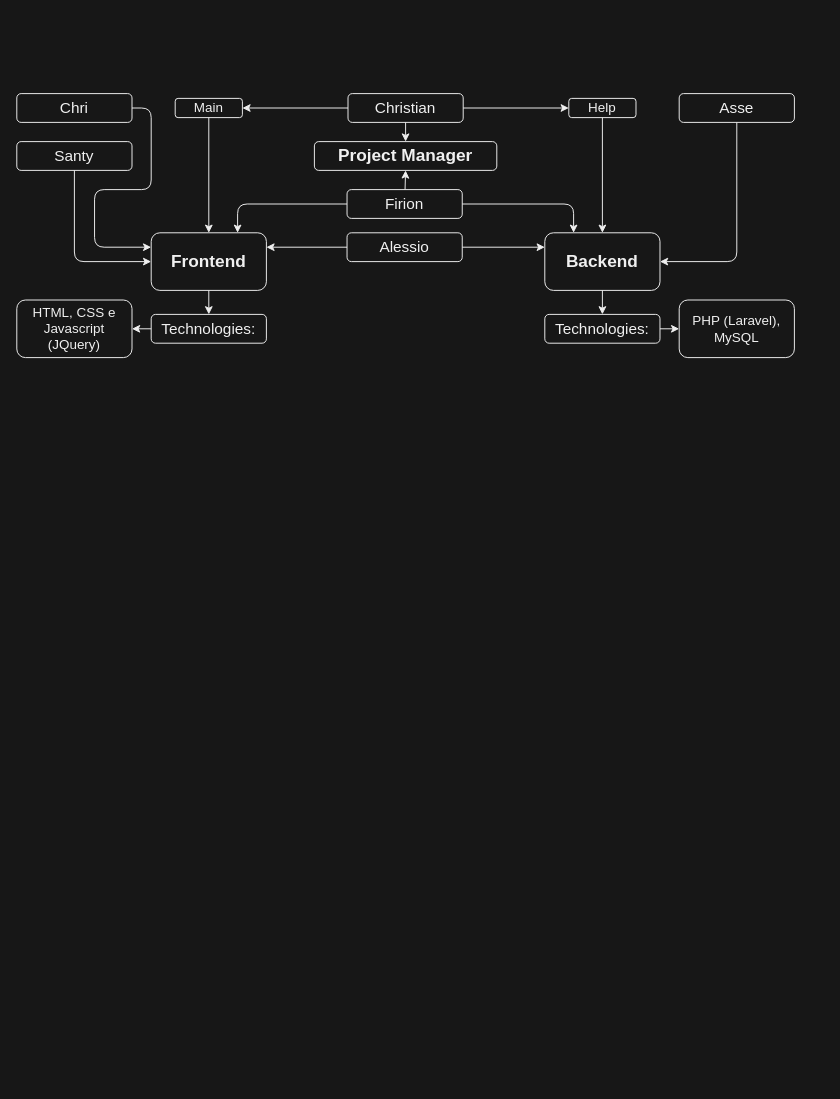
This is diagramma.drawio from Christian677/STUDIOAVVOCATI-WEB, a draw.io file, before an edit. Source tidied: cells renumbered, new cells numbered last; positions are measured from the earlier drawing's top-left corner, leaving out a move shared by most shapes. Both pictures are drawn from the tidied source at 96%, with x=0, y=0 at pixel (16, 93).
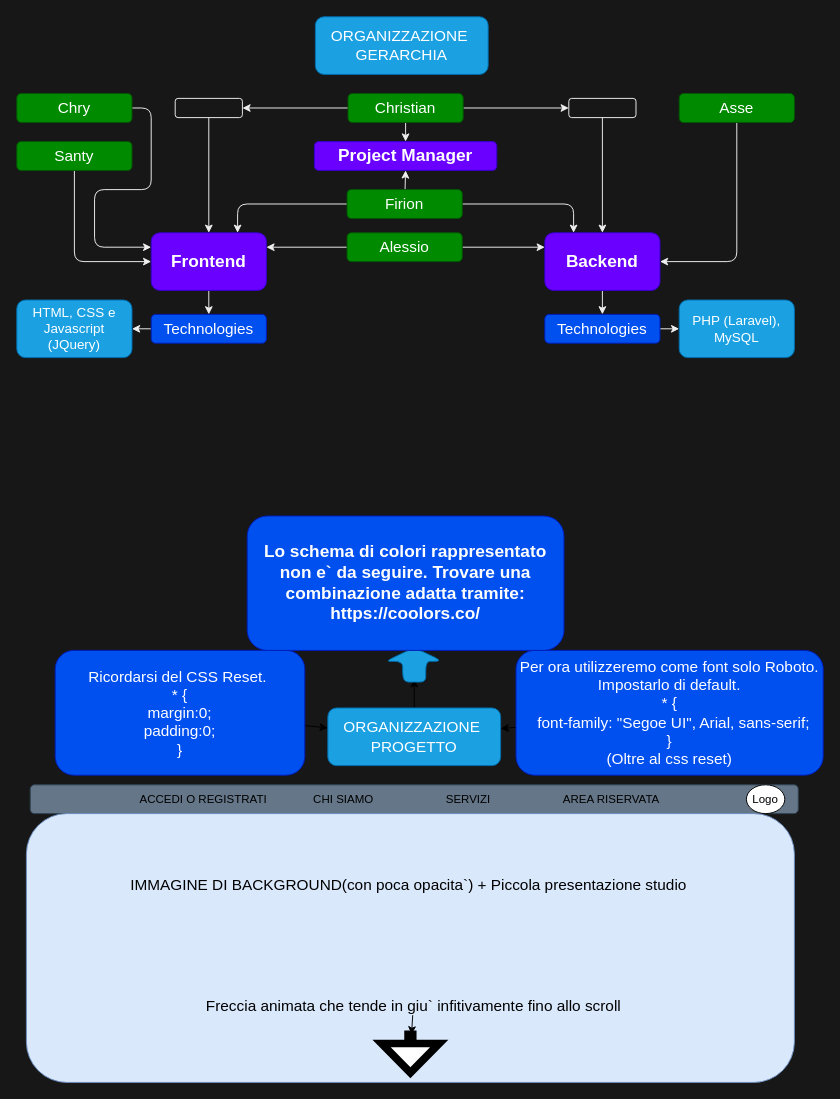
After the change.

Commit message:
Modifica diagramma

Diff of the diagram source:
```diff
@@
-    <mxCell id="2" style="edgeStyle=none;html=1;entryX=0.5;entryY=0;entryDx=0;entryDy=0;fontSize=16;labelBorderColor=none;labelBackgroundColor=none;fillColor=none;fontColor=#F0F0F0;strokeColor=#F0F0F0;" parent="1" edge="1" source="3" target="12">
-      <mxGeometry relative="1" as="geometry" />
-    </mxCell>
+    <mxCell id="35" style="edgeStyle=none;html=1;fontSize=16;fontColor=#000000;" parent="1" edge="1" source="36">
+      <mxGeometry relative="1" as="geometry">
+        <mxPoint x="414" y="610" as="targetPoint" />
+      </mxGeometry>
+    </mxCell>
+    <mxCell id="36" value="ORGANIZZAZIONE&amp;nbsp;&lt;br&gt;PROGETTO" style="rounded=1;whiteSpace=wrap;html=1;fontSize=16;labelBorderColor=none;labelBackgroundColor=none;fillColor=#1ba1e2;strokeColor=#006EAF;fontColor=#ffffff;" parent="1" vertex="1">
+      <mxGeometry x="324" y="640" width="180" height="60" as="geometry" />
+    </mxCell>
+    <mxCell id="37" value="&amp;nbsp; &amp;nbsp; &amp;nbsp; &amp;nbsp; &amp;nbsp; &amp;nbsp; &amp;nbsp; &amp;nbsp; &amp;nbsp; &amp;nbsp; &amp;nbsp; &amp;nbsp; &amp;nbsp; &amp;nbsp; &amp;nbsp; &amp;nbsp; &amp;nbsp; &amp;nbsp; &amp;nbsp; &amp;nbsp; &amp;nbsp; &amp;nbsp; &amp;nbsp; &amp;nbsp; &amp;nbsp; &amp;nbsp; &amp;nbsp; &amp;nbsp; &amp;nbsp; &amp;nbsp; &amp;nbsp; &amp;nbsp; &amp;nbsp; &amp;nbsp; &amp;nbsp; &amp;nbsp; &amp;nbsp; &amp;nbsp; &amp;nbsp; &amp;nbsp; &amp;nbsp; &amp;nbsp; &amp;nbsp; &amp;nbsp; &amp;nbsp; &amp;nbsp; &amp;nbsp; &amp;nbsp; &amp;nbsp; &amp;nbsp; &amp;nbsp; &amp;nbsp; &amp;nbsp; &amp;nbsp; &amp;nbsp; &amp;nbsp; &amp;nbsp; &amp;nbsp; &amp;nbsp; &amp;nbsp; &amp;nbsp; &amp;nbsp; &amp;nbsp; &amp;nbsp; &amp;nbsp; &amp;nbsp; &amp;nbsp; &amp;nbsp; &amp;nbsp; &amp;nbsp; &amp;nbsp; &amp;nbsp; &amp;nbsp; &amp;nbsp; &amp;nbsp; &amp;nbsp; &amp;nbsp; &amp;nbsp; &amp;nbsp; &amp;nbsp; &amp;nbsp; &amp;nbsp; &amp;nbsp; &amp;nbsp; &amp;nbsp; &amp;nbsp; &amp;nbsp; &amp;nbsp; &lt;br&gt;&amp;nbsp; &amp;nbsp; &amp;nbsp; &amp;nbsp; &amp;nbsp; &amp;nbsp; &amp;nbsp; &amp;nbsp; &amp;nbsp; &amp;nbsp; &amp;nbsp; &amp;nbsp; &amp;nbsp; &amp;nbsp; &amp;nbsp; &amp;nbsp; &amp;nbsp; &amp;nbsp; &amp;nbsp; &amp;nbsp; &amp;nbsp; &amp;nbsp; &amp;nbsp; &amp;nbsp; &amp;nbsp; &amp;nbsp; &amp;nbsp; &amp;nbsp; &amp;nbsp; &amp;nbsp; &amp;nbsp; &amp;nbsp; &amp;nbsp; &amp;nbsp; &amp;nbsp; &amp;nbsp; &amp;nbsp; &amp;nbsp; &amp;nbsp; &amp;nbsp; &amp;nbsp; &amp;nbsp; &amp;nbsp; &amp;nbsp; &amp;nbsp; &amp;nbsp; &amp;nbsp; &amp;nbsp; &amp;nbsp; &amp;nbsp; &amp;nbsp; &amp;nbsp; &amp;nbsp; &amp;nbsp; &amp;nbsp; &amp;nbsp; &amp;nbsp; &amp;nbsp; &amp;nbsp; &amp;nbsp; &amp;nbsp;&amp;nbsp;&lt;br&gt;&amp;nbsp; &amp;nbsp; &amp;nbsp; &amp;nbsp; &amp;nbsp; &amp;nbsp; &amp;nbsp; &amp;nbsp; &amp;nbsp; &amp;nbsp; &amp;nbsp; &amp;nbsp; &amp;nbsp; &amp;nbsp; &amp;nbsp; &amp;nbsp; &amp;nbsp; &amp;nbsp; &amp;nbsp; &amp;nbsp; &amp;nbsp; &amp;nbsp; &amp;nbsp; &amp;nbsp; &amp;nbsp; &amp;nbsp; &amp;nbsp; &amp;nbsp; &amp;nbsp; &amp;nbsp; &amp;nbsp; &amp;nbsp; &amp;nbsp; &amp;nbsp; &amp;nbsp; &amp;nbsp; &amp;nbsp; &amp;nbsp; &amp;nbsp; &amp;nbsp; &amp;nbsp; &amp;nbsp; &amp;nbsp; &amp;nbsp; &amp;nbsp; &amp;nbsp; &amp;nbsp; &amp;nbsp; &amp;nbsp; &amp;nbsp; &amp;nbsp; &amp;nbsp; &amp;nbsp; &amp;nbsp; &amp;nbsp; &amp;nbsp; &amp;nbsp; &amp;nbsp; &lt;br&gt;&amp;nbsp; &amp;nbsp; &amp;nbsp; &amp;nbsp; &amp;nbsp; &amp;nbsp; &amp;nbsp; &amp;nbsp; &amp;nbsp; &amp;nbsp; &amp;nbsp; &amp;nbsp; &amp;nbsp; &amp;nbsp; &amp;nbsp; &amp;nbsp; &amp;nbsp; &amp;nbsp; &amp;nbsp; &amp;nbsp; &amp;nbsp; &amp;nbsp; &amp;nbsp; &amp;nbsp; &amp;nbsp; &amp;nbsp; &amp;nbsp; &amp;nbsp; &amp;nbsp; &amp;nbsp; &amp;nbsp; &amp;nbsp; &amp;nbsp; &amp;nbsp; &amp;nbsp; &amp;nbsp; &amp;nbsp; &amp;nbsp; &amp;nbsp; &amp;nbsp; &amp;nbsp; &amp;nbsp; &amp;nbsp; &amp;nbsp; &amp;nbsp; &amp;nbsp; &amp;nbsp; &amp;nbsp; &amp;nbsp; &amp;nbsp; &amp;nbsp; &amp;nbsp; &amp;nbsp; &amp;nbsp; &amp;nbsp; &amp;nbsp; &amp;nbsp;&amp;nbsp;&lt;br&gt;&amp;nbsp; &amp;nbsp; &amp;nbsp; &amp;nbsp; &amp;nbsp; &amp;nbsp; &amp;nbsp; &amp;nbsp; &amp;nbsp; &amp;nbsp; &amp;nbsp; &amp;nbsp; &amp;nbsp; &amp;nbsp; &amp;nbsp; &amp;nbsp; &amp;nbsp; &amp;nbsp; &amp;nbsp; &amp;nbsp; &amp;nbsp; &amp;nbsp; &amp;nbsp; &amp;nbsp; &amp;nbsp; &amp;nbsp; &amp;nbsp;&lt;br&gt;&amp;nbsp; &amp;nbsp; &amp;nbsp; &amp;nbsp; &amp;nbsp; &amp;nbsp; &amp;nbsp; &amp;nbsp; &amp;nbsp; &amp;nbsp; &amp;nbsp; &amp;nbsp; &amp;nbsp; &amp;nbsp; &amp;nbsp; &amp;nbsp; &amp;nbsp; &amp;nbsp; &amp;nbsp; &amp;nbsp; &amp;nbsp; &amp;nbsp; &amp;nbsp; &amp;nbsp; &amp;nbsp; &amp;nbsp; &amp;nbsp; &amp;nbsp; &amp;nbsp; &amp;nbsp; &amp;nbsp; &amp;nbsp; &amp;nbsp; &amp;nbsp; &amp;nbsp; &amp;nbsp; &amp;nbsp; &amp;nbsp; &amp;nbsp; &amp;nbsp; &amp;nbsp; &amp;nbsp; &amp;nbsp; &amp;nbsp; &amp;nbsp; &amp;nbsp; &amp;nbsp; &amp;nbsp; &amp;nbsp; &amp;nbsp; &amp;nbsp; &amp;nbsp; &amp;nbsp; &amp;nbsp; &amp;nbsp; &amp;nbsp; &amp;nbsp; &amp;nbsp; &amp;nbsp; &amp;nbsp; &amp;nbsp; &amp;nbsp; &amp;nbsp; &amp;nbsp; &amp;nbsp; &amp;nbsp; &amp;nbsp; &amp;nbsp; &amp;nbsp; &amp;nbsp; &amp;nbsp; &amp;nbsp; &amp;nbsp; &amp;nbsp; &amp;nbsp;" style="rounded=1;whiteSpace=wrap;html=1;fontSize=16;labelBorderColor=none;labelBackgroundColor=none;fillColor=#647687;fontColor=#ffffff;strokeColor=#314354;" parent="1" vertex="1">
+      <mxGeometry x="14" y="720" width="800" height="30" as="geometry" />
+    </mxCell>
+    <mxCell id="38" value="Logo" style="ellipse;whiteSpace=wrap;html=1;" parent="1" vertex="1">
+      <mxGeometry x="760" y="720" width="40" height="30" as="geometry" />
+    </mxCell>
+    <mxCell id="39" value="AREA RISERVATA" style="text;html=1;align=center;verticalAlign=middle;fillColor=none;strokeColor=none;rounded=0;" parent="1" vertex="1">
+      <mxGeometry x="559" y="725" width="120" height="20" as="geometry" />
+    </mxCell>
+    <mxCell id="40" value="SERVIZI" style="text;html=1;align=center;verticalAlign=middle;fillColor=none;strokeColor=none;rounded=0;" parent="1" vertex="1">
+      <mxGeometry x="440" y="725" width="60" height="20" as="geometry" />
+    </mxCell>
+    <mxCell id="41" value="CHI SIAMO" style="text;html=1;align=center;verticalAlign=middle;fillColor=none;strokeColor=none;rounded=0;" parent="1" vertex="1">
+      <mxGeometry x="300" y="725" width="80" height="20" as="geometry" />
+    </mxCell>
+    <mxCell id="42" value="ACCEDI O REGISTRATI" style="text;html=1;align=center;verticalAlign=middle;fillColor=none;strokeColor=none;rounded=0;" parent="1" vertex="1">
+      <mxGeometry x="119" y="725" width="150" height="20" as="geometry" />
+    </mxCell>
+    <mxCell id="43" style="rounded=1;whiteSpace=wrap;html=1;fontSize=16;labelBorderColor=none;labelBackgroundColor=none;fillColor=#dae8fc;strokeColor=#6c8ebf;" parent="1" vertex="1">
+      <mxGeometry x="10" y="750" width="800" height="280" as="geometry" />
+    </mxCell>
+    <mxCell id="44" value="&lt;p style=&quot;line-height: 1.4&quot;&gt;&lt;font style=&quot;font-size: 16px&quot;&gt;IMMAGINE DI BACKGROUND(con poca opacita`) + Piccola presentazione studio&amp;nbsp;&lt;/font&gt;&lt;/p&gt;" style="text;html=1;align=center;verticalAlign=middle;fillColor=none;strokeColor=none;rounded=0;fontColor=#000000;perimeterSpacing=13;strokeWidth=8;" parent="1" vertex="1">
+      <mxGeometry x="110" y="800" width="600" height="50" as="geometry" />
+    </mxCell>
+    <mxCell id="45" style="edgeStyle=none;html=1;fontSize=16;fontColor=#000000;" parent="1" edge="1" source="46" target="51">
+      <mxGeometry relative="1" as="geometry" />
+    </mxCell>
+    <mxCell id="46" value="Freccia animata che tende in giu` infitivamente fino allo scroll" style="text;html=1;align=center;verticalAlign=middle;points=[];fillColor=none;strokeColor=none;rounded=0;fontSize=16;fontColor=#000000;" parent="1" vertex="1">
+      <mxGeometry x="188" y="940" width="450" height="20" as="geometry" />
+    </mxCell>
+    <mxCell id="47" style="edgeStyle=none;html=1;fontSize=16;fontColor=#000000;" parent="1" edge="1" source="48" target="36">
+      <mxGeometry relative="1" as="geometry" />
+    </mxCell>
+    <mxCell id="48" value="Per ora utilizzeremo come font solo Roboto. Impostarlo di default.&lt;br&gt;* {&lt;br&gt;&lt;div&gt;&amp;nbsp; font-family: &quot;Segoe UI&quot;, Arial, sans-serif;&lt;/div&gt;}&lt;br&gt;(Oltre al css reset)" style="rounded=1;whiteSpace=wrap;html=1;fontSize=16;labelBorderColor=none;labelBackgroundColor=none;fillColor=#0050ef;strokeColor=#001DBC;fontColor=#ffffff;" parent="1" vertex="1">
+      <mxGeometry x="520" y="580" width="320" height="130" as="geometry" />
+    </mxCell>
+    <mxCell id="49" style="edgeStyle=none;html=1;fontSize=16;fontColor=#000000;" parent="1" edge="1" source="50" target="36">
+      <mxGeometry relative="1" as="geometry" />
+    </mxCell>
+    <mxCell id="50" value="Ricordarsi del CSS Reset.&amp;nbsp;&lt;br&gt;* {&lt;br&gt;margin:0;&lt;br&gt;padding:0;&lt;br&gt;}" style="rounded=1;whiteSpace=wrap;html=1;fontSize=16;labelBorderColor=none;labelBackgroundColor=none;fillColor=#0050ef;strokeColor=#001DBC;fontColor=#ffffff;" parent="1" vertex="1">
+      <mxGeometry x="40" y="580" width="260" height="130" as="geometry" />
+    </mxCell>
+    <mxCell id="51" style="shape=singleArrow;whiteSpace=wrap;html=1;arrowWidth=0.079998779296875;arrowSize=0.7625003814697265;fontSize=16;fontColor=#000000;strokeWidth=8;gradientColor=none;rotation=90;" parent="1" vertex="1">
+      <mxGeometry x="390" y="970" width="40" height="60" as="geometry" />
+    </mxCell>
+    <mxCell id="52" style="shape=singleArrow;whiteSpace=wrap;html=1;arrowWidth=0.4;arrowSize=0.4;fontSize=16;fillColor=#1ba1e2;strokeColor=#006EAF;fontColor=#ffffff;rounded=1;labelBorderColor=none;labelBackgroundColor=none;rotation=-90;" parent="1" vertex="1">
+      <mxGeometry x="396" y="565" width="36" height="60" as="geometry" />
+    </mxCell>
+    <mxCell id="53" value="Lo schema di colori rappresentato non e` da seguire. Trovare una combinazione adatta tramite: https://coolors.co/" style="rounded=1;whiteSpace=wrap;html=1;fontStyle=1;fontSize=18;labelBorderColor=none;labelBackgroundColor=none;fillColor=#0050ef;strokeColor=#001DBC;fontColor=#ffffff;" parent="1" vertex="1">
+      <mxGeometry x="240" y="440" width="330" height="140" as="geometry" />
+    </mxCell>
+    <mxCell id="54" style="edgeStyle=none;html=1;entryX=0.5;entryY=0;entryDx=0;entryDy=0;fontSize=16;labelBorderColor=none;labelBackgroundColor=none;fillColor=none;fontColor=#F0F0F0;strokeColor=#F0F0F0;" parent="1" edge="1" source="3" target="59">
+      <mxGeometry relative="1" as="geometry" />
+    </mxCell>
-    <mxCell id="3" value="Backend" style="rounded=1;whiteSpace=wrap;html=1;fontStyle=1;fontSize=18;labelBorderColor=none;labelBackgroundColor=none;fillColor=none;strokeColor=#F0F0F0;fontColor=#F0F0F0;" parent="1" vertex="1">
+    <mxCell id="3" value="Backend" style="rounded=1;whiteSpace=wrap;html=1;fontStyle=1;fontSize=18;labelBorderColor=none;labelBackgroundColor=none;fillColor=#6a00ff;strokeColor=#3700CC;fontColor=#ffffff;" parent="1" vertex="1">
       <mxGeometry x="550" y="145" width="120" height="60" as="geometry" />
     </mxCell>
@@
-    <mxCell id="5" style="edgeStyle=none;html=1;fontSize=16;labelBorderColor=none;labelBackgroundColor=none;fillColor=none;fontColor=#F0F0F0;strokeColor=#F0F0F0;" parent="1" edge="1" source="6" target="10">
-      <mxGeometry relative="1" as="geometry" />
-    </mxCell>
+    <mxCell id="55" style="edgeStyle=none;html=1;fontSize=16;labelBorderColor=none;labelBackgroundColor=none;fillColor=none;fontColor=#F0F0F0;strokeColor=#F0F0F0;" parent="1" edge="1" source="6" target="57">
+      <mxGeometry relative="1" as="geometry" />
+    </mxCell>
-    <mxCell id="6" value="Frontend" style="rounded=1;whiteSpace=wrap;html=1;fontStyle=1;fontSize=18;labelBorderColor=none;labelBackgroundColor=none;fillColor=none;strokeColor=#F0F0F0;fontColor=#F0F0F0;" parent="1" vertex="1">
+    <mxCell id="6" value="Frontend" style="rounded=1;whiteSpace=wrap;html=1;fontStyle=1;fontSize=18;labelBorderColor=none;labelBackgroundColor=none;fillColor=#6a00ff;strokeColor=#3700CC;fontColor=#ffffff;" parent="1" vertex="1">
       <mxGeometry x="140" y="145" width="120" height="60" as="geometry" />
     </mxCell>
-    <mxCell id="7" value="HTML, CSS e Javascript (JQuery)" style="rounded=1;whiteSpace=wrap;html=1;fontSize=14;labelBorderColor=none;labelBackgroundColor=none;fillColor=none;strokeColor=#F0F0F0;fontColor=#F0F0F0;" parent="1" vertex="1">
+    <mxCell id="7" value="HTML, CSS e Javascript (JQuery)" style="rounded=1;whiteSpace=wrap;html=1;fontSize=14;labelBorderColor=none;labelBackgroundColor=none;fillColor=#1ba1e2;strokeColor=#006EAF;fontColor=#ffffff;" parent="1" vertex="1">
       <mxGeometry y="215" width="120" height="60" as="geometry" />
     </mxCell>
-    <mxCell id="8" value="PHP (Laravel),&lt;br&gt;MySQL" style="rounded=1;whiteSpace=wrap;html=1;fontSize=14;labelBorderColor=none;labelBackgroundColor=none;fillColor=none;strokeColor=#F0F0F0;fontColor=#F0F0F0;" parent="1" vertex="1">
+    <mxCell id="8" value="PHP (Laravel),&lt;br&gt;MySQL" style="rounded=1;whiteSpace=wrap;html=1;fontSize=14;labelBorderColor=none;labelBackgroundColor=none;fillColor=#1ba1e2;strokeColor=#006EAF;fontColor=#ffffff;" parent="1" vertex="1">
       <mxGeometry x="690" y="215" width="120" height="60" as="geometry" />
     </mxCell>
-    <mxCell id="9" style="edgeStyle=none;html=1;fontSize=16;labelBorderColor=none;labelBackgroundColor=none;fillColor=none;fontColor=#F0F0F0;strokeColor=#F0F0F0;" parent="1" edge="1" source="10" target="7">
-      <mxGeometry relative="1" as="geometry" />
-    </mxCell>
-    <mxCell id="10" value="Technologies:" style="rounded=1;whiteSpace=wrap;html=1;fontSize=16;labelBorderColor=none;labelBackgroundColor=none;fillColor=none;strokeColor=#F0F0F0;fontColor=#F0F0F0;" parent="1" vertex="1">
-      <mxGeometry x="140" y="230" width="120" height="30" as="geometry" />
-    </mxCell>
-    <mxCell id="11" style="edgeStyle=none;html=1;fontSize=16;labelBorderColor=none;labelBackgroundColor=none;fillColor=none;fontColor=#F0F0F0;strokeColor=#F0F0F0;" parent="1" edge="1" source="12" target="8">
-      <mxGeometry relative="1" as="geometry" />
-    </mxCell>
-    <mxCell id="12" value="Technologies:" style="rounded=1;whiteSpace=wrap;html=1;fontSize=16;labelBorderColor=none;labelBackgroundColor=none;fillColor=none;strokeColor=#F0F0F0;fontColor=#F0F0F0;" parent="1" vertex="1">
-      <mxGeometry x="550" y="230" width="120" height="30" as="geometry" />
-    </mxCell>
+    <mxCell id="56" style="edgeStyle=none;html=1;fontSize=16;labelBorderColor=none;labelBackgroundColor=none;fillColor=none;fontColor=#F0F0F0;strokeColor=#F0F0F0;" parent="1" edge="1" source="57" target="7">
+      <mxGeometry relative="1" as="geometry" />
+    </mxCell>
+    <mxCell id="57" value="Technologies" style="rounded=1;whiteSpace=wrap;html=1;fontSize=16;labelBorderColor=none;labelBackgroundColor=none;fillColor=#0050ef;strokeColor=#001DBC;fontColor=#ffffff;" parent="1" vertex="1">
+      <mxGeometry x="140" y="230" width="120" height="30" as="geometry" />
+    </mxCell>
+    <mxCell id="58" style="edgeStyle=none;html=1;fontSize=16;labelBorderColor=none;labelBackgroundColor=none;fillColor=none;fontColor=#F0F0F0;strokeColor=#F0F0F0;" parent="1" edge="1" source="59" target="8">
+      <mxGeometry relative="1" as="geometry" />
+    </mxCell>
+    <mxCell id="59" value="Technologies" style="rounded=1;whiteSpace=wrap;html=1;fontSize=16;labelBorderColor=none;labelBackgroundColor=none;fillColor=#0050ef;strokeColor=#001DBC;fontColor=#ffffff;" parent="1" vertex="1">
+      <mxGeometry x="550" y="230" width="120" height="30" as="geometry" />
+    </mxCell>
@@
-    <mxCell id="14" style="edgeStyle=none;html=1;entryX=1;entryY=0.5;entryDx=0;entryDy=0;labelBackgroundColor=none;labelBorderColor=none;fontSize=14;fillColor=none;fontColor=#F0F0F0;strokeColor=#F0F0F0;" parent="1" edge="1" source="16" target="30">
-      <mxGeometry relative="1" as="geometry" />
-    </mxCell>
-    <mxCell id="15" style="edgeStyle=none;html=1;entryX=0;entryY=0.5;entryDx=0;entryDy=0;labelBackgroundColor=none;labelBorderColor=none;fontSize=14;fillColor=none;fontColor=#F0F0F0;strokeColor=#F0F0F0;" parent="1" edge="1" source="16" target="32">
-      <mxGeometry relative="1" as="geometry" />
-    </mxCell>
+    <mxCell id="60" style="edgeStyle=none;html=1;entryX=1;entryY=0.5;entryDx=0;entryDy=0;labelBackgroundColor=none;labelBorderColor=none;fontSize=14;fillColor=none;fontColor=#F0F0F0;strokeColor=#F0F0F0;" parent="1" edge="1" source="16" target="63">
+      <mxGeometry relative="1" as="geometry" />
+    </mxCell>
+    <mxCell id="61" style="edgeStyle=none;html=1;entryX=0;entryY=0.5;entryDx=0;entryDy=0;labelBackgroundColor=none;labelBorderColor=none;fontSize=14;fillColor=none;fontColor=#F0F0F0;strokeColor=#F0F0F0;" parent="1" edge="1" source="16" target="65">
+      <mxGeometry relative="1" as="geometry" />
+    </mxCell>
-    <mxCell id="16" value="Christian" style="rounded=1;whiteSpace=wrap;html=1;fontSize=16;labelBorderColor=none;labelBackgroundColor=none;fillColor=none;strokeColor=#F0F0F0;fontColor=#F0F0F0;" parent="1" vertex="1">
+    <mxCell id="16" value="Christian" style="rounded=1;whiteSpace=wrap;html=1;fontSize=16;labelBorderColor=none;labelBackgroundColor=none;fillColor=#008a00;strokeColor=#005700;fontColor=#ffffff;" parent="1" vertex="1">
       <mxGeometry x="345" width="120" height="30" as="geometry" />
     </mxCell>
@@
-    <mxCell id="19" value="Alessio" style="rounded=1;whiteSpace=wrap;html=1;fontSize=16;labelBorderColor=none;labelBackgroundColor=none;fillColor=none;strokeColor=#F0F0F0;fontColor=#F0F0F0;" parent="1" vertex="1">
+    <mxCell id="19" value="Alessio" style="rounded=1;whiteSpace=wrap;html=1;fontSize=16;labelBorderColor=none;labelBackgroundColor=none;fillColor=#008a00;strokeColor=#005700;fontColor=#ffffff;" parent="1" vertex="1">
       <mxGeometry x="344" y="145" width="120" height="30" as="geometry" />
     </mxCell>
@@
-    <mxCell id="21" value="Asse" style="rounded=1;whiteSpace=wrap;html=1;fontSize=16;labelBorderColor=none;labelBackgroundColor=none;fillColor=none;strokeColor=#F0F0F0;fontColor=#F0F0F0;" parent="1" vertex="1">
+    <mxCell id="21" value="Asse" style="rounded=1;whiteSpace=wrap;html=1;fontSize=16;labelBorderColor=none;labelBackgroundColor=none;fillColor=#008a00;strokeColor=#005700;fontColor=#ffffff;" parent="1" vertex="1">
       <mxGeometry x="690" width="120" height="30" as="geometry" />
     </mxCell>
@@
-    <mxCell id="25" value="Firion" style="rounded=1;whiteSpace=wrap;html=1;fontSize=16;labelBorderColor=none;labelBackgroundColor=none;fillColor=none;strokeColor=#F0F0F0;fontColor=#F0F0F0;" parent="1" vertex="1">
+    <mxCell id="25" value="Firion" style="rounded=1;whiteSpace=wrap;html=1;fontSize=16;labelBorderColor=none;labelBackgroundColor=none;fillColor=#008a00;strokeColor=#005700;fontColor=#ffffff;" parent="1" vertex="1">
       <mxGeometry x="344" y="100" width="120" height="30" as="geometry" />
     </mxCell>
@@
-    <mxCell id="27" value="Santy" style="rounded=1;whiteSpace=wrap;html=1;fontSize=16;labelBorderColor=none;labelBackgroundColor=none;fillColor=none;strokeColor=#F0F0F0;fontColor=#F0F0F0;" parent="1" vertex="1">
+    <mxCell id="27" value="Santy" style="rounded=1;whiteSpace=wrap;html=1;fontSize=16;labelBorderColor=none;labelBackgroundColor=none;fillColor=#008a00;strokeColor=#005700;fontColor=#ffffff;" parent="1" vertex="1">
       <mxGeometry y="50" width="120" height="30" as="geometry" />
     </mxCell>
-    <mxCell id="28" value="Project Manager" style="rounded=1;whiteSpace=wrap;html=1;fontStyle=1;fontSize=18;labelBorderColor=none;labelBackgroundColor=none;fillColor=none;strokeColor=#F0F0F0;fontColor=#F0F0F0;" parent="1" vertex="1">
+    <mxCell id="28" value="Project Manager" style="rounded=1;whiteSpace=wrap;html=1;fontStyle=1;fontSize=18;labelBorderColor=none;labelBackgroundColor=none;fillColor=#6a00ff;strokeColor=#3700CC;fontColor=#ffffff;" parent="1" vertex="1">
       <mxGeometry x="310" y="50" width="190" height="30" as="geometry" />
     </mxCell>
-    <mxCell id="29" style="edgeStyle=none;html=1;entryX=0.5;entryY=0;entryDx=0;entryDy=0;labelBackgroundColor=none;labelBorderColor=none;fontSize=14;fillColor=none;fontColor=#F0F0F0;strokeColor=#F0F0F0;" parent="1" edge="1" source="30" target="6">
-      <mxGeometry relative="1" as="geometry" />
-    </mxCell>
-    <mxCell id="30" value="Main" style="rounded=1;whiteSpace=wrap;html=1;fontSize=14;labelBorderColor=none;labelBackgroundColor=none;fillColor=none;fontStyle=0;strokeColor=#F0F0F0;fontColor=#F0F0F0;" parent="1" vertex="1">
-      <mxGeometry x="165" y="5" width="70" height="20" as="geometry" />
-    </mxCell>
-    <mxCell id="31" style="edgeStyle=none;html=1;entryX=0.5;entryY=0;entryDx=0;entryDy=0;labelBackgroundColor=none;labelBorderColor=none;fontSize=14;fillColor=none;fontColor=#F0F0F0;strokeColor=#F0F0F0;" parent="1" edge="1" source="32" target="3">
-      <mxGeometry relative="1" as="geometry" />
-    </mxCell>
-    <mxCell id="32" value="Help" style="rounded=1;whiteSpace=wrap;html=1;fontSize=14;labelBorderColor=none;labelBackgroundColor=none;fillColor=none;fontStyle=0;strokeColor=#F0F0F0;fontColor=#F0F0F0;" parent="1" vertex="1">
-      <mxGeometry x="575" y="5" width="70" height="20" as="geometry" />
-    </mxCell>
-    <mxCell id="33" style="edgeStyle=none;html=1;exitX=1;exitY=0.5;exitDx=0;exitDy=0;entryX=0;entryY=0.25;entryDx=0;entryDy=0;strokeColor=#F0F0F0;" parent="1" edge="1" source="34" target="6">
-      <mxGeometry relative="1" as="geometry">
-        <Array as="points">
-          <mxPoint x="140" y="15" />
-          <mxPoint x="140" y="100" />
-          <mxPoint x="81" y="100" />
-          <mxPoint x="81" y="160" />
-        </Array>
-      </mxGeometry>
-    </mxCell>
-    <mxCell id="34" value="Chri" style="rounded=1;whiteSpace=wrap;html=1;fontSize=16;labelBorderColor=none;labelBackgroundColor=none;fillColor=none;strokeColor=#F0F0F0;fontColor=#F0F0F0;" parent="1" vertex="1">
-      <mxGeometry width="120" height="30" as="geometry" />
-    </mxCell>
+    <mxCell id="62" style="edgeStyle=none;html=1;entryX=0.5;entryY=0;entryDx=0;entryDy=0;labelBackgroundColor=none;labelBorderColor=none;fontSize=14;fillColor=none;fontColor=#F0F0F0;strokeColor=#F0F0F0;" parent="1" edge="1" source="63" target="6">
+      <mxGeometry relative="1" as="geometry" />
+    </mxCell>
+    <mxCell id="63" style="rounded=1;whiteSpace=wrap;html=1;fontSize=14;labelBorderColor=none;labelBackgroundColor=none;fillColor=none;fontStyle=0;strokeColor=#F0F0F0;fontColor=#F0F0F0;" parent="1" vertex="1">
+      <mxGeometry x="165" y="5" width="70" height="20" as="geometry" />
+    </mxCell>
+    <mxCell id="64" style="edgeStyle=none;html=1;entryX=0.5;entryY=0;entryDx=0;entryDy=0;labelBackgroundColor=none;labelBorderColor=none;fontSize=14;fillColor=none;fontColor=#F0F0F0;strokeColor=#F0F0F0;" parent="1" edge="1" source="65" target="3">
+      <mxGeometry relative="1" as="geometry" />
+    </mxCell>
+    <mxCell id="65" style="rounded=1;whiteSpace=wrap;html=1;fontSize=14;labelBorderColor=none;labelBackgroundColor=none;fillColor=none;fontStyle=0;strokeColor=#F0F0F0;fontColor=#F0F0F0;" parent="1" vertex="1">
+      <mxGeometry x="575" y="5" width="70" height="20" as="geometry" />
+    </mxCell>
+    <mxCell id="66" style="edgeStyle=none;html=1;exitX=1;exitY=0.5;exitDx=0;exitDy=0;entryX=0;entryY=0.25;entryDx=0;entryDy=0;strokeColor=#F0F0F0;" parent="1" edge="1" source="67" target="6">
+      <mxGeometry relative="1" as="geometry">
+        <Array as="points">
+          <mxPoint x="140" y="15" />
+          <mxPoint x="140" y="100" />
+          <mxPoint x="81" y="100" />
+          <mxPoint x="81" y="160" />
+        </Array>
+      </mxGeometry>
+    </mxCell>
+    <mxCell id="67" value="Chry" style="rounded=1;whiteSpace=wrap;html=1;fontSize=16;labelBorderColor=none;labelBackgroundColor=none;fillColor=#008a00;strokeColor=#005700;fontColor=#ffffff;" parent="1" vertex="1">
+      <mxGeometry width="120" height="30" as="geometry" />
+    </mxCell>
+    <mxCell id="68" value="ORGANIZZAZIONE&amp;nbsp;&lt;br&gt;GERARCHIA" style="rounded=1;whiteSpace=wrap;html=1;fontSize=16;labelBorderColor=none;labelBackgroundColor=none;fillColor=#1ba1e2;strokeColor=#006EAF;fontColor=#ffffff;" parent="1" vertex="1">
+      <mxGeometry x="311" y="-80" width="180" height="60" as="geometry" />
+    </mxCell>
```
